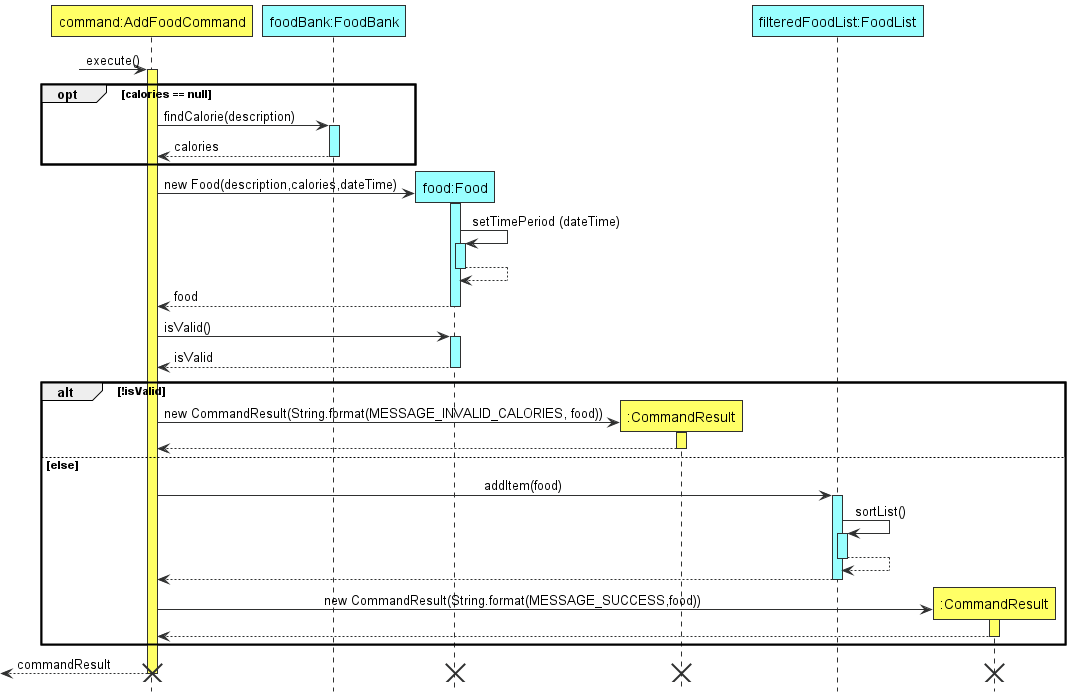
Before: docs/images/AddFoodItemSequenceDiagram.png, a diagram exported from PlantUML (tryyang2001/tp).
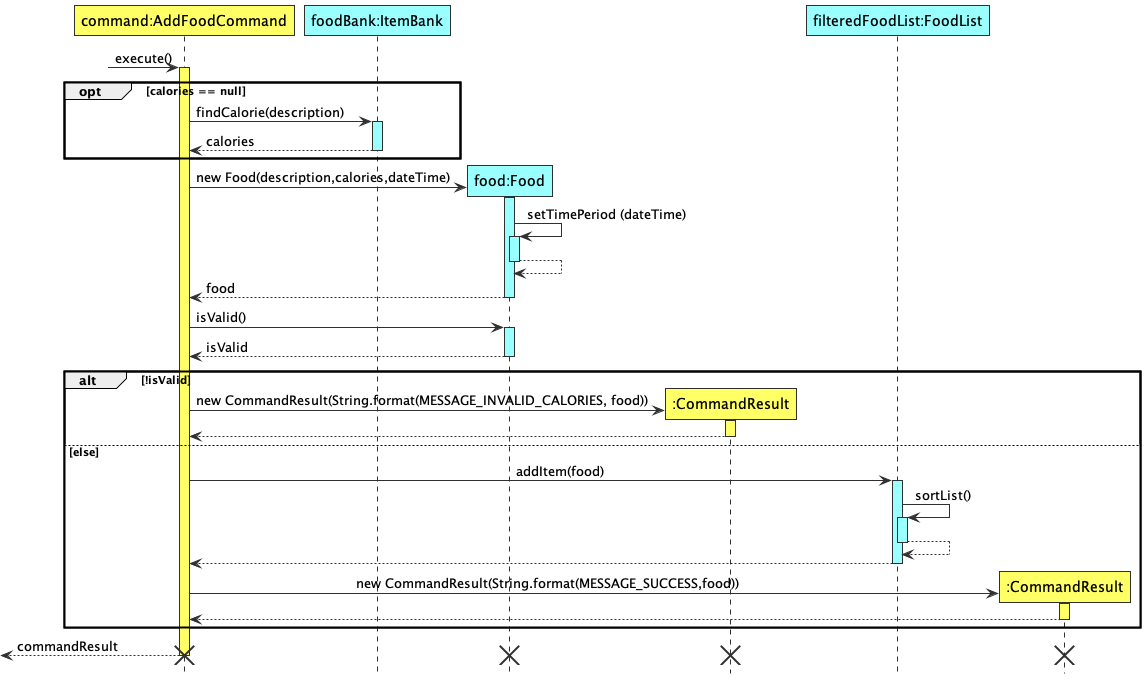
After the change.

Commit message:
Change diagrams colour

Diff of the diagram source:
```diff
@@ -4,7 +4,7 @@
 hide footbox
 
 participant "command:AddFoodCommand" As AddFoodCommand LOGIC_COLOUR
-participant "foodBank:FoodBank" As FoodBank DATA_COLOUR
+participant "foodBank:ItemBank" As FoodBank DATA_COLOUR
 
 ?->AddFoodCommand :execute()
 activate AddFoodCommand LOGIC_COLOUR
```
